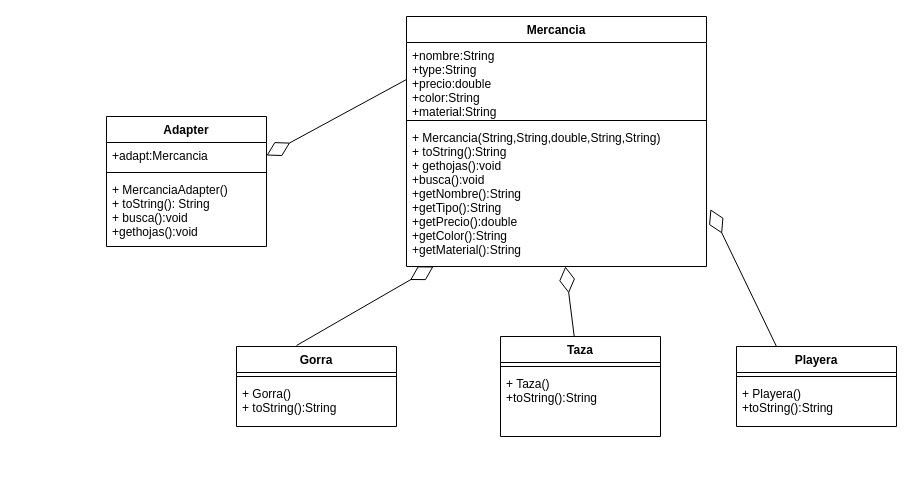
This is Adapter.drawio from Rogarpa/Proyecto-1-Modelado-y-Programacion, a draw.io file, before an edit. Source tidied: cells renumbered, new cells numbered last; positions are measured from the earlier drawing's top-left corner, leaving out a move shared by most shapes. Both pictures are drawn from the tidied source at 100%, with x=0, y=0 at pixel (106, 16).
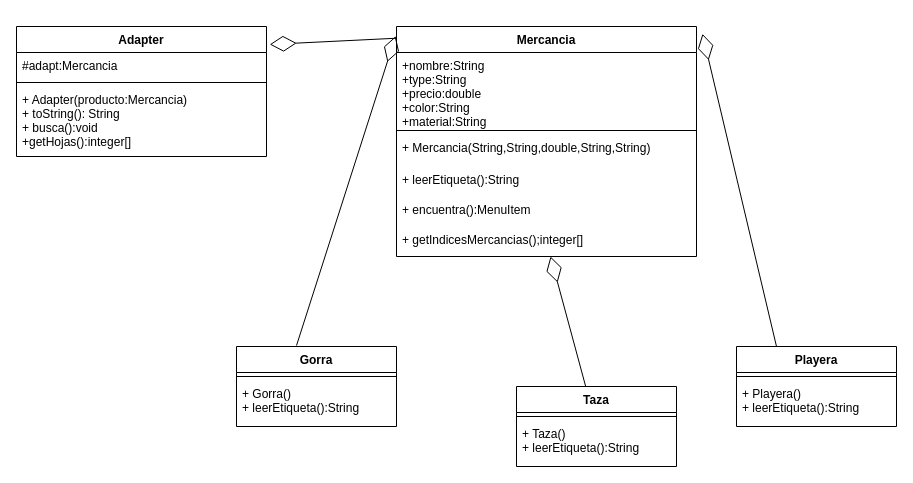
Above is the later version.

Commit message (it also covers changes not shown here):
Adapter y Strategy terminados.

The change refers to these unchanged cells:
```xml
<mxCell id="3" value="+nombre:String&#10;+type:String&#10;+precio:double&#10;+color:String&#10;+material:String" style="text;strokeColor=none;fillColor=none;align=left;verticalAlign=top;spacingLeft=4;spacingRight=4;overflow=hidden;points=[[0,0.5],[1,0.5]];portConstraint=eastwest;" parent="2" vertex="1">
  <mxGeometry y="26" width="300" height="74" as="geometry" />
</mxCell>
<mxCell id="11" value="Gorra" style="swimlane;fontStyle=1;align=center;verticalAlign=top;horizontal=1;startSize=26;" parent="1" vertex="1">
  <mxGeometry x="130" y="330" width="160" height="80" as="geometry" />
</mxCell>
<mxCell id="17" value="Playera" style="swimlane;fontStyle=1;align=center;verticalAlign=top;horizontal=1;startSize=26;" parent="1" vertex="1">
  <mxGeometry x="630" y="330" width="160" height="80" as="geometry" />
</mxCell>
```

Change to the diagram source:
```diff
@@
     <mxCell id="2" value="Mercancia" style="swimlane;fontStyle=1;align=center;verticalAlign=top;horizontal=1;startSize=26;" parent="1" vertex="1">
-      <mxGeometry x="300" width="300" height="250" as="geometry" />
+      <mxGeometry x="290" y="10" width="300" height="230" as="geometry" />
     </mxCell>
@@
-    <mxCell id="5" value="+ Mercancia(String,String,double,String,String)&#10;+ toString():String&#10;+ gethojas():void&#10;+busca():void&#10;+getNombre():String&#10;+getTipo():String&#10;+getPrecio():double&#10;+getColor():String&#10;+getMaterial():String" style="text;strokeColor=none;fillColor=none;align=left;verticalAlign=top;spacingLeft=4;spacingRight=4;overflow=hidden;points=[[0,0.5],[1,0.5]];portConstraint=eastwest;" parent="2" vertex="1">
-      <mxGeometry y="108" width="300" height="142" as="geometry" />
+    <mxCell id="5" value="+ Mercancia(String,String,double,String,String)" style="text;strokeColor=none;fillColor=none;align=left;verticalAlign=top;spacingLeft=4;spacingRight=4;overflow=hidden;points=[[0,0.5],[1,0.5]];portConstraint=eastwest;" parent="2" vertex="1">
+      <mxGeometry y="108" width="300" height="32" as="geometry" />
     </mxCell>
+    <mxCell id="23" value="+ leerEtiqueta():String" style="text;strokeColor=none;fillColor=none;align=left;verticalAlign=top;spacingLeft=4;spacingRight=4;overflow=hidden;" parent="2" vertex="1">
+      <mxGeometry y="140" width="300" height="30" as="geometry" />
+    </mxCell>
+    <mxCell id="24" value="+ encuentra():MenuItem" style="text;strokeColor=none;fillColor=none;align=left;verticalAlign=top;spacingLeft=4;spacingRight=4;overflow=hidden;" parent="2" vertex="1">
+      <mxGeometry y="170" width="300" height="30" as="geometry" />
+    </mxCell>
+    <mxCell id="25" value="+ getIndicesMercancias();integer[]" style="text;strokeColor=none;fillColor=none;align=left;verticalAlign=top;spacingLeft=4;spacingRight=4;overflow=hidden;points=[[0,0.5],[1,0.5]];portConstraint=eastwest;" parent="2" vertex="1">
+      <mxGeometry y="200" width="300" height="30" as="geometry" />
+    </mxCell>
     <mxCell id="6" value="Adapter" style="swimlane;fontStyle=1;align=center;verticalAlign=top;horizontal=1;startSize=26;" parent="1" vertex="1">
-      <mxGeometry y="100" width="160" height="130" as="geometry" />
+      <mxGeometry x="-90" y="10" width="250" height="130" as="geometry" />
     </mxCell>
-    <mxCell id="7" value="+adapt:Mercancia" style="text;strokeColor=none;fillColor=none;align=left;verticalAlign=top;spacingLeft=4;spacingRight=4;overflow=hidden;points=[[0,0.5],[1,0.5]];portConstraint=eastwest;" parent="6" vertex="1">
-      <mxGeometry y="26" width="160" height="26" as="geometry" />
+    <mxCell id="7" value="#adapt:Mercancia" style="text;strokeColor=none;fillColor=none;align=left;verticalAlign=top;spacingLeft=4;spacingRight=4;overflow=hidden;points=[[0,0.5],[1,0.5]];portConstraint=eastwest;" parent="6" vertex="1">
+      <mxGeometry y="26" width="250" height="26" as="geometry" />
     </mxCell>
     <mxCell id="8" style="line;strokeWidth=1;fillColor=none;align=left;verticalAlign=middle;spacingTop=-1;spacingLeft=3;spacingRight=3;labelPosition=right;" parent="6" vertex="1">
-      <mxGeometry y="52" width="160" height="8" as="geometry" />
+      <mxGeometry y="52" width="250" height="8" as="geometry" />
     </mxCell>
-    <mxCell id="9" value="+ MercanciaAdapter()&#10;+ toString(): String&#10;+ busca():void&#10;+gethojas():void" style="text;strokeColor=none;fillColor=none;align=left;verticalAlign=top;spacingLeft=4;spacingRight=4;overflow=hidden;" parent="6" vertex="1">
-      <mxGeometry y="60" width="160" height="70" as="geometry" />
+    <mxCell id="9" value="+ Adapter(producto:Mercancia)&#10;+ toString(): String&#10;+ busca():void&#10;+getHojas():integer[]" style="text;strokeColor=none;fillColor=none;align=left;verticalAlign=top;spacingLeft=4;spacingRight=4;overflow=hidden;" parent="6" vertex="1">
+      <mxGeometry y="60" width="250" height="70" as="geometry" />
     </mxCell>
-    <mxCell id="10" style="endArrow=diamondThin;endFill=0;endSize=24;html=1;exitX=0;exitY=0.5;exitDx=0;exitDy=0;entryX=1;entryY=0.5;entryDx=0;entryDy=0;" parent="1" edge="1" source="3" target="7">
+    <mxCell id="10" style="endArrow=diamondThin;endFill=0;endSize=24;html=1;exitX=0;exitY=0.051;exitDx=0;exitDy=0;exitPerimeter=0;entryX=1.013;entryY=0.138;entryDx=0;entryDy=0;entryPerimeter=0;" parent="1" edge="1" source="2" target="6">
       <mxGeometry relative="1" as="geometry" />
     </mxCell>
@@
-    <mxCell id="13" value="+ Gorra()&#10;+ toString():String" style="text;strokeColor=none;fillColor=none;align=left;verticalAlign=top;spacingLeft=4;spacingRight=4;overflow=hidden;" parent="11" vertex="1">
+    <mxCell id="13" value="+ Gorra()&#10;+ leerEtiqueta():String" style="text;strokeColor=none;fillColor=none;align=left;verticalAlign=top;spacingLeft=4;spacingRight=4;overflow=hidden;" parent="11" vertex="1">
       <mxGeometry y="34" width="160" height="46" as="geometry" />
     </mxCell>
     <mxCell id="14" value="Taza" style="swimlane;fontStyle=1;align=center;verticalAlign=top;horizontal=1;startSize=26;" parent="1" vertex="1">
-      <mxGeometry x="394" y="320" width="160" height="100" as="geometry" />
+      <mxGeometry x="410" y="370" width="160" height="80" as="geometry" />
     </mxCell>
@@
-    <mxCell id="16" value="+ Taza()&#10;+toString():String&#10;" style="text;strokeColor=none;fillColor=none;align=left;verticalAlign=top;spacingLeft=4;spacingRight=4;overflow=hidden;" parent="14" vertex="1">
-      <mxGeometry y="34" width="160" height="66" as="geometry" />
+    <mxCell id="16" value="+ Taza()&#10;+ leerEtiqueta():String" style="text;strokeColor=none;fillColor=none;align=left;verticalAlign=top;spacingLeft=4;spacingRight=4;overflow=hidden;" parent="14" vertex="1">
+      <mxGeometry y="34" width="160" height="46" as="geometry" />
     </mxCell>
@@
-    <mxCell id="19" value="+ Playera()&#10;+toString():String" style="text;strokeColor=none;fillColor=none;align=left;verticalAlign=top;spacingLeft=4;spacingRight=4;overflow=hidden;" parent="17" vertex="1">
+    <mxCell id="19" value="+ Playera()&#10;+ leerEtiqueta():String" style="text;strokeColor=none;fillColor=none;align=left;verticalAlign=top;spacingLeft=4;spacingRight=4;overflow=hidden;" parent="17" vertex="1">
       <mxGeometry y="34" width="160" height="46" as="geometry" />
     </mxCell>
-    <mxCell id="20" style="endArrow=diamondThin;endFill=0;endSize=24;html=1;exitX=0.375;exitY=-0.012;exitDx=0;exitDy=0;exitPerimeter=0;" parent="1" edge="1" source="11" target="5">
+    <mxCell id="20" style="endArrow=diamondThin;endFill=0;endSize=24;html=1;exitX=0.375;exitY=-0.012;exitDx=0;exitDy=0;exitPerimeter=0;entryX=-0.003;entryY=0.042;entryDx=0;entryDy=0;entryPerimeter=0;" parent="1" edge="1" source="11" target="2">
       <mxGeometry relative="1" as="geometry" />
     </mxCell>
-    <mxCell id="21" style="endArrow=diamondThin;endFill=0;endSize=24;html=1;" parent="1" edge="1" source="14" target="5">
+    <mxCell id="21" style="endArrow=diamondThin;endFill=0;endSize=24;html=1;" parent="1" edge="1" source="14" target="25">
       <mxGeometry relative="1" as="geometry" />
     </mxCell>
-    <mxCell id="22" style="endArrow=diamondThin;endFill=0;endSize=24;html=1;exitX=0.25;exitY=0;exitDx=0;exitDy=0;entryX=1.013;entryY=0.597;entryDx=0;entryDy=0;entryPerimeter=0;" parent="1" edge="1" source="17" target="5">
+    <mxCell id="22" style="endArrow=diamondThin;endFill=0;endSize=24;html=1;exitX=0.25;exitY=0;exitDx=0;exitDy=0;entryX=1.02;entryY=0.032;entryDx=0;entryDy=0;entryPerimeter=0;" parent="1" edge="1" source="17" target="2">
       <mxGeometry relative="1" as="geometry" />
     </mxCell>
```
